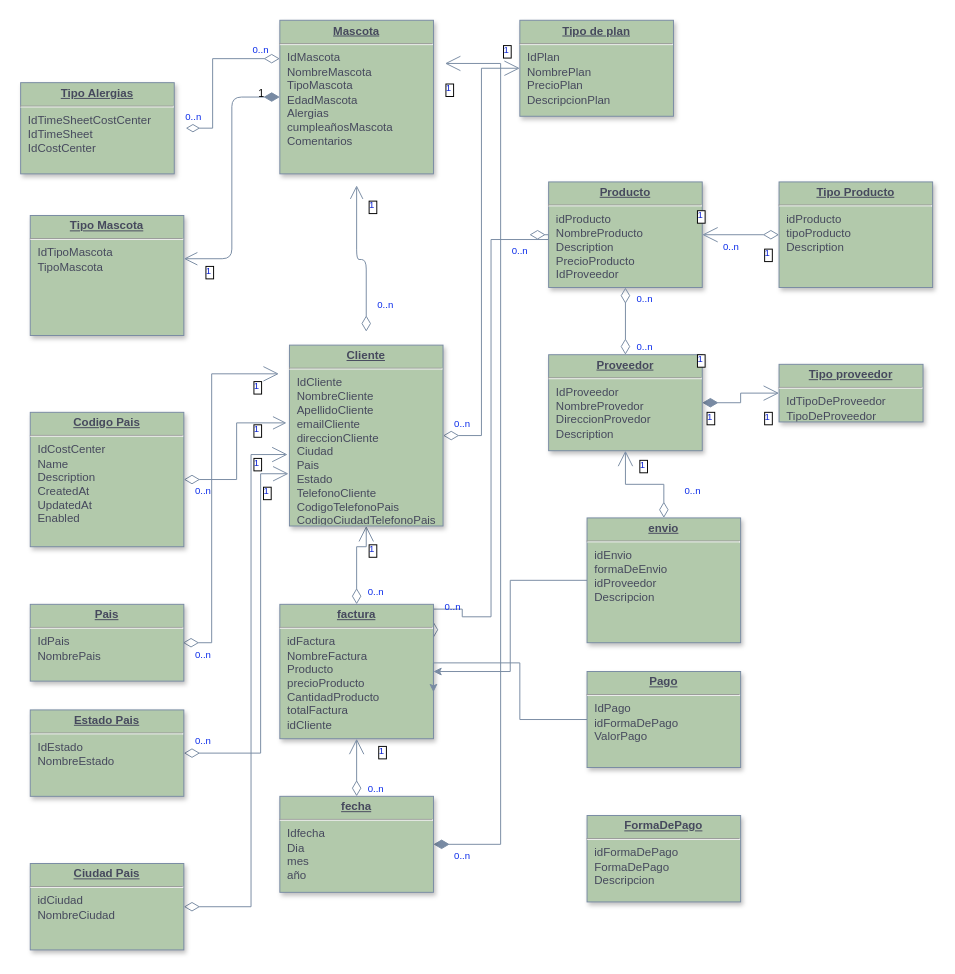
buitrago001/coderhouse keeps this draw.io diagram as SQL/Untitled Diagram.drawio. Above is the earlier version. Source tidied: cells renumbered, new cells numbered last; positions are measured from the earlier drawing's top-left corner, leaving out a move shared by most shapes. Both pictures are drawn from the tidied source at 96%, with x=0, y=0 at pixel (20, 20).
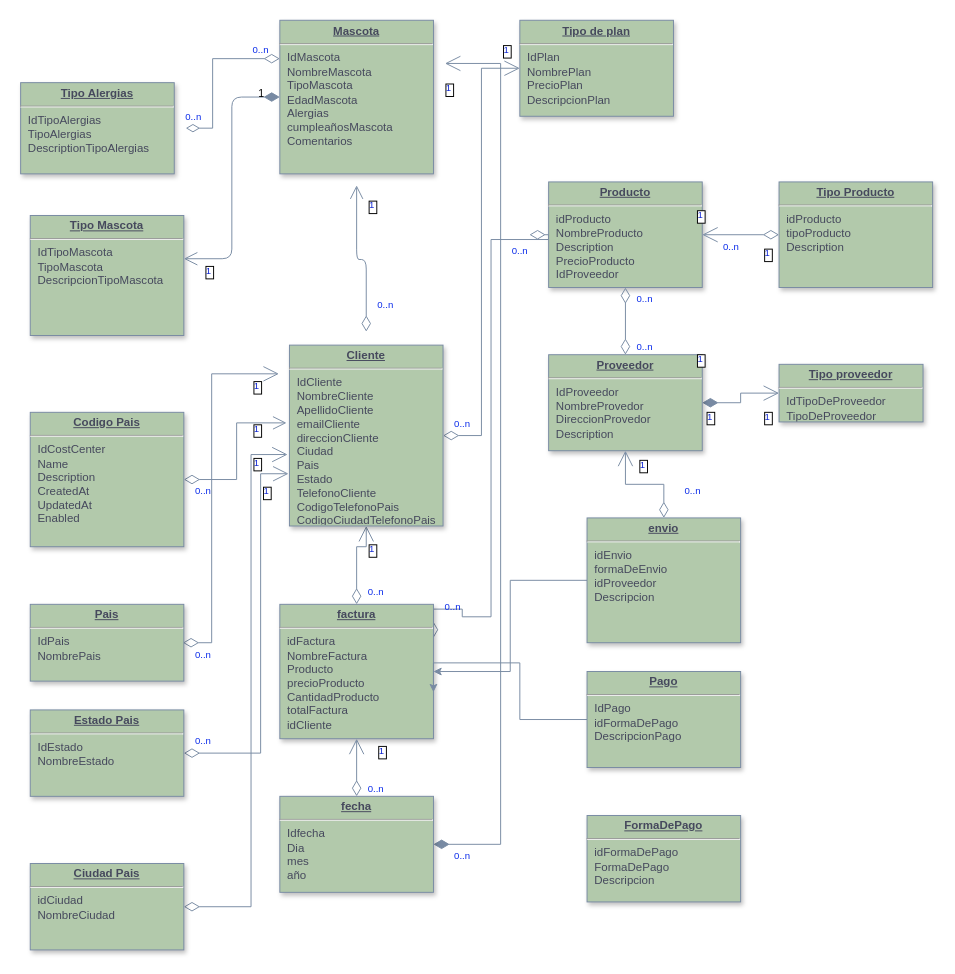
The same diagram, later.

Commit message:
diagrama entidad relacion actualizado con columnas faltantes

What changed in the source:
```diff
@@
-    <mxCell id="4" value="&lt;p style=&quot;margin: 0px; margin-top: 4px; text-align: center; text-decoration: underline;&quot;&gt;&lt;strong&gt;Tipo Mascota&lt;/strong&gt;&lt;/p&gt;&lt;hr&gt;&lt;p style=&quot;margin: 0px; margin-left: 8px;&quot;&gt;IdTipoMascota&lt;/p&gt;&lt;p style=&quot;margin: 0px; margin-left: 8px;&quot;&gt;TipoMascota&lt;/p&gt;" style="verticalAlign=top;align=left;overflow=fill;fontSize=12;fontFamily=Helvetica;html=1;strokeColor=#788AA3;shadow=1;fillColor=#B2C9AB;fontColor=#46495D;labelBackgroundColor=none;" parent="1" vertex="1">
+    <mxCell id="4" value="&lt;p style=&quot;margin: 0px; margin-top: 4px; text-align: center; text-decoration: underline;&quot;&gt;&lt;strong&gt;Tipo Mascota&lt;/strong&gt;&lt;/p&gt;&lt;hr&gt;&lt;p style=&quot;margin: 0px; margin-left: 8px;&quot;&gt;IdTipoMascota&lt;/p&gt;&lt;p style=&quot;margin: 0px; margin-left: 8px;&quot;&gt;TipoMascota&lt;/p&gt;&lt;p style=&quot;margin: 0px; margin-left: 8px;&quot;&gt;DescripcionTipoMascota&lt;/p&gt;" style="verticalAlign=top;align=left;overflow=fill;fontSize=12;fontFamily=Helvetica;html=1;strokeColor=#788AA3;shadow=1;fillColor=#B2C9AB;fontColor=#46495D;labelBackgroundColor=none;" parent="1" vertex="1">
       <mxGeometry x="10" y="203" width="160" height="125" as="geometry" />
     </mxCell>
@@
-    <mxCell id="23" value="&lt;p style=&quot;margin: 0px; margin-top: 4px; text-align: center; text-decoration: underline;&quot;&gt;&lt;strong&gt;Tipo Alergias&lt;/strong&gt;&lt;/p&gt;&lt;hr&gt;&lt;p style=&quot;margin: 0px; margin-left: 8px;&quot;&gt;IdTimeSheetCostCenter&lt;/p&gt;&lt;p style=&quot;margin: 0px; margin-left: 8px;&quot;&gt;IdTimeSheet&lt;/p&gt;&lt;p style=&quot;margin: 0px; margin-left: 8px;&quot;&gt;IdCostCenter&lt;/p&gt;" style="verticalAlign=top;align=left;overflow=fill;fontSize=12;fontFamily=Helvetica;html=1;strokeColor=#788AA3;shadow=1;fillColor=#B2C9AB;fontColor=#46495D;labelBackgroundColor=none;" parent="1" vertex="1">
+    <mxCell id="23" value="&lt;p style=&quot;margin: 0px; margin-top: 4px; text-align: center; text-decoration: underline;&quot;&gt;&lt;strong&gt;Tipo Alergias&lt;/strong&gt;&lt;/p&gt;&lt;hr&gt;&lt;p style=&quot;margin: 0px; margin-left: 8px;&quot;&gt;IdTipoAlergias&lt;/p&gt;&lt;p style=&quot;margin: 0px; margin-left: 8px;&quot;&gt;TipoAlergias&lt;/p&gt;&lt;p style=&quot;margin: 0px; margin-left: 8px;&quot;&gt;DescriptionTipoAlergias&lt;/p&gt;" style="verticalAlign=top;align=left;overflow=fill;fontSize=12;fontFamily=Helvetica;html=1;strokeColor=#788AA3;shadow=1;fillColor=#B2C9AB;fontColor=#46495D;labelBackgroundColor=none;" parent="1" vertex="1">
       <mxGeometry y="64.6" width="160" height="95" as="geometry" />
     </mxCell>
@@
-    <mxCell id="31" value="&lt;p style=&quot;margin: 0px; margin-top: 4px; text-align: center; text-decoration: underline;&quot;&gt;&lt;strong&gt;Pago&lt;/strong&gt;&lt;/p&gt;&lt;hr&gt;&lt;p style=&quot;margin: 0px; margin-left: 8px;&quot;&gt;IdPago&lt;/p&gt;&lt;p style=&quot;margin: 0px; margin-left: 8px;&quot;&gt;idFormaDePago&lt;/p&gt;&lt;p style=&quot;margin: 0px; margin-left: 8px;&quot;&gt;ValorPago&lt;/p&gt;&lt;p style=&quot;margin: 0px; margin-left: 8px;&quot;&gt;&lt;br&gt;&lt;/p&gt;" style="verticalAlign=top;align=left;overflow=fill;fontSize=12;fontFamily=Helvetica;html=1;strokeColor=#788AA3;shadow=1;fillColor=#B2C9AB;fontColor=#46495D;labelBackgroundColor=none;" parent="1" vertex="1">
+    <mxCell id="31" value="&lt;p style=&quot;margin: 0px; margin-top: 4px; text-align: center; text-decoration: underline;&quot;&gt;&lt;strong&gt;Pago&lt;/strong&gt;&lt;/p&gt;&lt;hr&gt;&lt;p style=&quot;margin: 0px; margin-left: 8px;&quot;&gt;IdPago&lt;/p&gt;&lt;p style=&quot;margin: 0px; margin-left: 8px;&quot;&gt;idFormaDePago&lt;/p&gt;&lt;p style=&quot;margin: 0px; margin-left: 8px;&quot;&gt;DescripcionPago&lt;/p&gt;&lt;p style=&quot;margin: 0px; margin-left: 8px;&quot;&gt;&lt;br&gt;&lt;/p&gt;" style="verticalAlign=top;align=left;overflow=fill;fontSize=12;fontFamily=Helvetica;html=1;strokeColor=#788AA3;shadow=1;fillColor=#B2C9AB;fontColor=#46495D;labelBackgroundColor=none;" parent="1" vertex="1">
       <mxGeometry x="590" y="678" width="160" height="100" as="geometry" />
     </mxCell>
```
